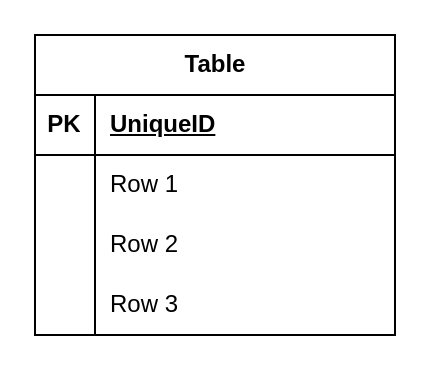
Above: Untitled Diagram.drawio in ThanhEtn1997/information (draw.io), before the change. Source tidied: cells renumbered, new cells numbered last; positions are measured from the earlier drawing's top-left corner, leaving out a move shared by most shapes. Both pictures are drawn from the tidied source at 200%, with x=0, y=0 at pixel (34, 34).
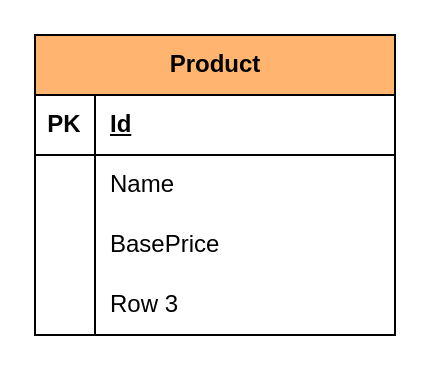
The same page after the edit.

What changed in the source:
```diff
@@
 <mxGraphModel>
   <root>
     <mxCell id="0" />
     <mxCell id="1" parent="0" />
-    <mxCell id="2" value="Table" style="shape=table;startSize=30;childLayout=tableLayout;rowLines=0;fontStyle=1;align=center;html=1;" parent="1" vertex="1">
+    <mxCell id="2" value="Product" style="shape=table;startSize=30;childLayout=tableLayout;rowLines=0;fontStyle=1;align=center;html=1;fillColor=#FFB570;" parent="1" vertex="1">
       <mxGeometry width="180" height="150" as="geometry" />
     </mxCell>
     <mxCell id="3" style="shape=tableRow;horizontal=0;startSize=0;swimlaneHead=0;swimlaneBody=0;fillColor=none;top=0;left=0;right=0;bottom=1;" parent="2" vertex="1">
       <mxGeometry y="30" width="180" height="30" as="geometry" />
     </mxCell>
     <mxCell id="4" value="PK" style="shape=partialRectangle;fillColor=none;top=0;left=0;bottom=0;right=0;fontStyle=1;overflow=hidden;whiteSpace=wrap;html=1;" parent="3" vertex="1">
       <mxGeometry width="30" height="30" as="geometry" />
     </mxCell>
-    <mxCell id="5" value="UniqueID" style="shape=partialRectangle;fillColor=none;top=0;left=0;bottom=0;right=0;align=left;spacingLeft=6;fontStyle=5;overflow=hidden;whiteSpace=wrap;html=1;" parent="3" vertex="1">
+    <mxCell id="5" value="Id" style="shape=partialRectangle;fillColor=none;top=0;left=0;bottom=0;right=0;align=left;spacingLeft=6;fontStyle=5;overflow=hidden;whiteSpace=wrap;html=1;" parent="3" vertex="1">
       <mxGeometry x="30" width="150" height="30" as="geometry" />
     </mxCell>
     <mxCell id="6" style="shape=tableRow;horizontal=0;startSize=0;swimlaneHead=0;swimlaneBody=0;fillColor=none;top=0;left=0;right=0;bottom=0;" parent="2" vertex="1">
       <mxGeometry y="60" width="180" height="30" as="geometry" />
     </mxCell>
     <mxCell id="7" style="shape=partialRectangle;fillColor=none;top=0;left=0;bottom=0;right=0;overflow=hidden;whiteSpace=wrap;html=1;" parent="6" vertex="1">
       <mxGeometry width="30" height="30" as="geometry" />
     </mxCell>
-    <mxCell id="8" value="Row 1" style="shape=partialRectangle;fillColor=none;top=0;left=0;bottom=0;right=0;align=left;spacingLeft=6;overflow=hidden;whiteSpace=wrap;html=1;" parent="6" vertex="1">
+    <mxCell id="8" value="Name" style="shape=partialRectangle;fillColor=none;top=0;left=0;bottom=0;right=0;align=left;spacingLeft=6;overflow=hidden;whiteSpace=wrap;html=1;" parent="6" vertex="1">
       <mxGeometry x="30" width="150" height="30" as="geometry" />
     </mxCell>
     <mxCell id="9" style="shape=tableRow;horizontal=0;startSize=0;swimlaneHead=0;swimlaneBody=0;fillColor=none;top=0;left=0;right=0;bottom=0;" parent="2" vertex="1">
       <mxGeometry y="90" width="180" height="30" as="geometry" />
     </mxCell>
     <mxCell id="10" style="shape=partialRectangle;fillColor=none;top=0;left=0;bottom=0;right=0;overflow=hidden;whiteSpace=wrap;html=1;" parent="9" vertex="1">
       <mxGeometry width="30" height="30" as="geometry" />
     </mxCell>
-    <mxCell id="11" value="Row 2" style="shape=partialRectangle;fillColor=none;top=0;left=0;bottom=0;right=0;align=left;spacingLeft=6;overflow=hidden;whiteSpace=wrap;html=1;" parent="9" vertex="1">
+    <mxCell id="11" value="BasePrice" style="shape=partialRectangle;fillColor=none;top=0;left=0;bottom=0;right=0;align=left;spacingLeft=6;overflow=hidden;whiteSpace=wrap;html=1;" parent="9" vertex="1">
       <mxGeometry x="30" width="150" height="30" as="geometry" />
     </mxCell>
     <mxCell id="12" style="shape=tableRow;horizontal=0;startSize=0;swimlaneHead=0;swimlaneBody=0;fillColor=none;top=0;left=0;right=0;bottom=0;" parent="2" vertex="1">
       <mxGeometry y="120" width="180" height="30" as="geometry" />
     </mxCell>
     <mxCell id="13" style="shape=partialRectangle;fillColor=none;top=0;left=0;bottom=0;right=0;overflow=hidden;whiteSpace=wrap;html=1;" parent="12" vertex="1">
       <mxGeometry width="30" height="30" as="geometry" />
     </mxCell>
     <mxCell id="14" value="Row 3" style="shape=partialRectangle;fillColor=none;top=0;left=0;bottom=0;right=0;align=left;spacingLeft=6;overflow=hidden;whiteSpace=wrap;html=1;" parent="12" vertex="1">
       <mxGeometry x="30" width="150" height="30" as="geometry" />
     </mxCell>
   </root>
 </mxGraphModel>
```
